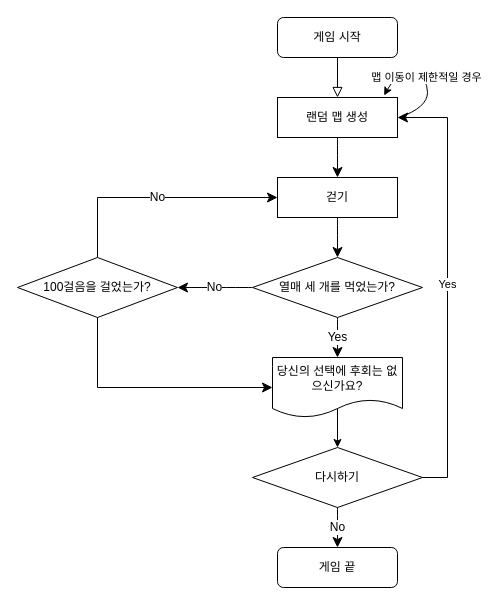
Earlier version of the draw.io diagram 인생미로.drawio (2jaeyoung2/Life-a-maze). Source tidied: cells renumbered, new cells numbered last; positions are measured from the earlier drawing's top-left corner, leaving out a move shared by most shapes. Both pictures are drawn from the tidied source at 100%, with x=0, y=0 at pixel (17, 17).
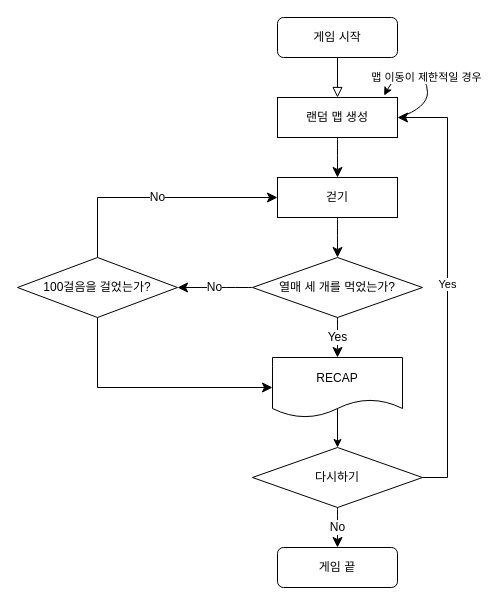
Above is the later version.

Commit message:
플로우차트 수정

Diff of the diagram source:
```diff
@@
-    <mxCell id="13" value="당신의 선택에 후회는 없으신가요?" style="shape=document;whiteSpace=wrap;html=1;boundedLbl=1;" parent="1" vertex="1">
+    <mxCell id="13" value="RECAP" style="shape=document;whiteSpace=wrap;html=1;boundedLbl=1;" parent="1" vertex="1">
       <mxGeometry x="255" y="340" width="130" height="60" as="geometry" />
     </mxCell>
```
